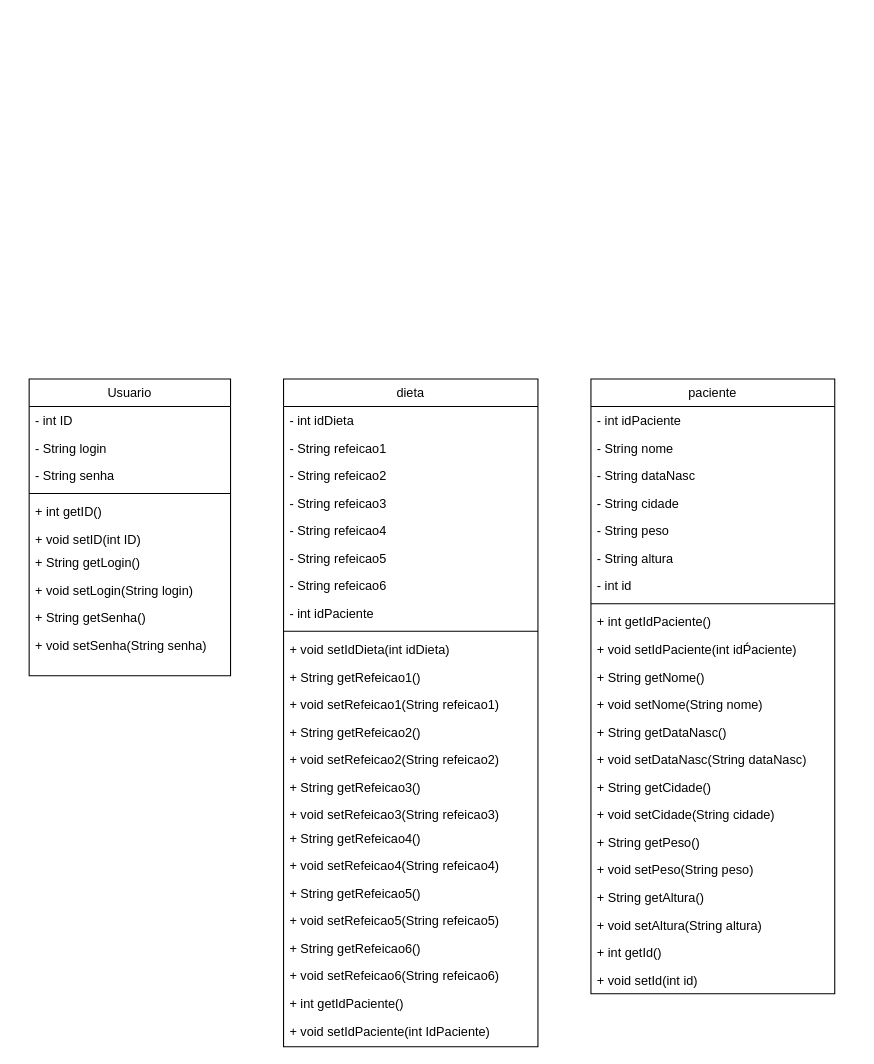
Before: diagrama/Diagrama_Classe.drawio in Surfhaii/ProjectEng01, a draw.io diagram. Source tidied: cells renumbered, new cells numbered last; positions are measured from the earlier drawing's top-left corner, leaving out a move shared by most shapes. Both pictures are drawn from the tidied source at 106%, with x=0, y=0 at pixel (29, 378).
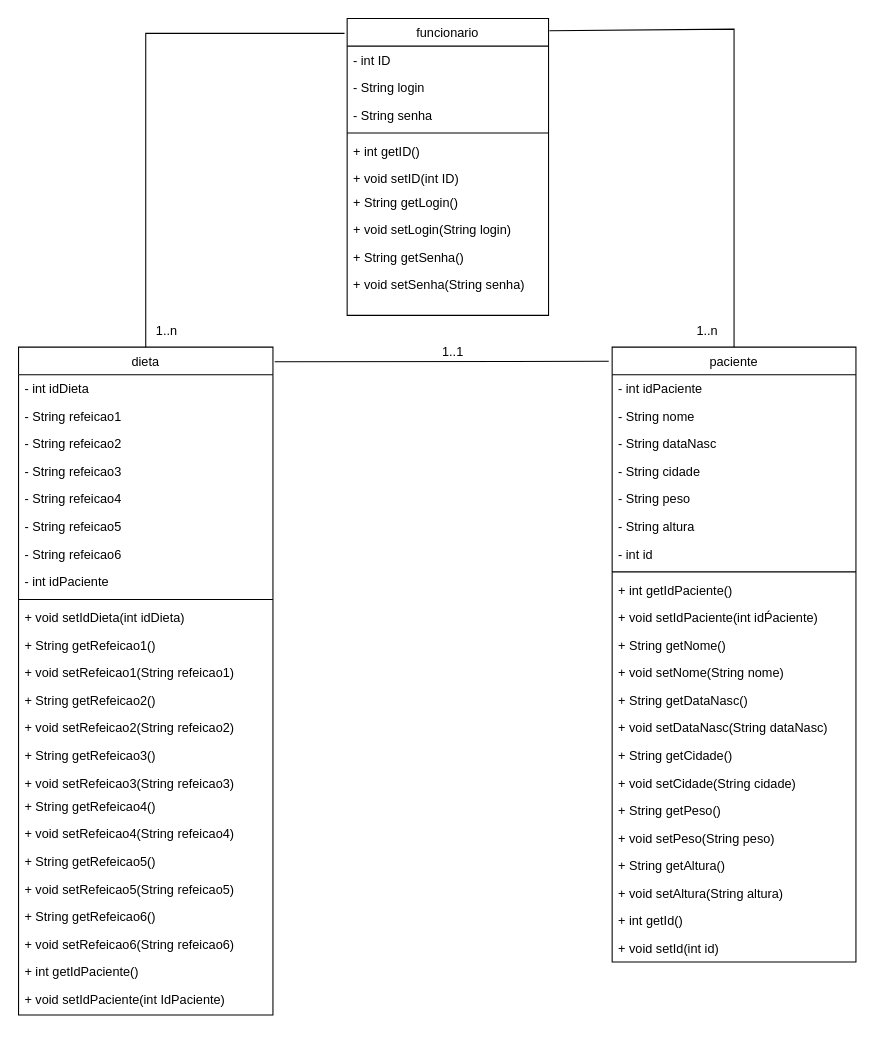
After the change.

The edit, as a diff of the source:
```diff
@@
-    <mxCell id="2" value="Usuario" style="swimlane;fontStyle=0;align=center;verticalAlign=top;horizontal=1;startSize=26;rounded=0;shadow=0;strokeWidth=1;" parent="1" vertex="1">
-      <mxGeometry width="190" height="280" as="geometry" />
+    <mxCell id="2" value="funcionario" style="swimlane;fontStyle=0;align=center;verticalAlign=top;horizontal=1;startSize=26;rounded=0;shadow=0;strokeWidth=1;" parent="1" vertex="1">
+      <mxGeometry x="300" y="-340" width="190" height="280" as="geometry" />
     </mxCell>
@@
     <mxCell id="13" value="dieta" style="swimlane;fontStyle=0;align=center;verticalAlign=top;horizontal=1;startSize=26;rounded=0;shadow=0;strokeWidth=1;" parent="1" vertex="1">
-      <mxGeometry x="240" width="240" height="630" as="geometry" />
+      <mxGeometry x="-10" y="-30" width="240" height="630" as="geometry" />
     </mxCell>
@@
     <mxCell id="38" value="paciente" style="swimlane;fontStyle=0;align=center;verticalAlign=top;horizontal=1;startSize=26;rounded=0;shadow=0;strokeWidth=1;" parent="1" vertex="1">
-      <mxGeometry x="530" width="230" height="580" as="geometry" />
+      <mxGeometry x="550" y="-30" width="230" height="580" as="geometry" />
     </mxCell>
@@
+    <mxCell id="61" style="endArrow=none;html=1;rounded=0;entryX=-0.013;entryY=0.05;entryDx=0;entryDy=0;entryPerimeter=0;exitX=0.5;exitY=0;exitDx=0;exitDy=0;" parent="1" edge="1" source="13" target="2">
+      <mxGeometry relative="1" as="geometry">
+        <Array as="points">
+          <mxPoint x="110" y="-326" />
+        </Array>
+      </mxGeometry>
+    </mxCell>
+    <mxCell id="62" style="endArrow=none;html=1;rounded=0;exitX=1.004;exitY=0.041;exitDx=0;exitDy=0;exitPerimeter=0;entryX=0.5;entryY=0;entryDx=0;entryDy=0;" parent="1" edge="1" source="2" target="38">
+      <mxGeometry relative="1" as="geometry">
+        <Array as="points">
+          <mxPoint x="665" y="-330" />
+        </Array>
+      </mxGeometry>
+    </mxCell>
+    <mxCell id="63" value="&lt;div&gt;1..n&lt;/div&gt;" style="text;html=1;strokeColor=none;fillColor=none;align=center;verticalAlign=middle;whiteSpace=wrap;rounded=0;" parent="1" vertex="1">
+      <mxGeometry x="100" y="-60" width="60" height="30" as="geometry" />
+    </mxCell>
+    <mxCell id="64" value="&lt;div&gt;1..n&lt;/div&gt;" style="text;html=1;strokeColor=none;fillColor=none;align=center;verticalAlign=middle;whiteSpace=wrap;rounded=0;" parent="1" vertex="1">
+      <mxGeometry x="610" y="-60" width="60" height="30" as="geometry" />
+    </mxCell>
+    <mxCell id="65" style="endArrow=none;html=1;rounded=0;exitX=1.007;exitY=0.022;exitDx=0;exitDy=0;exitPerimeter=0;entryX=-0.014;entryY=0.023;entryDx=0;entryDy=0;entryPerimeter=0;" parent="1" edge="1" source="13" target="38">
+      <mxGeometry relative="1" as="geometry" />
+    </mxCell>
+    <mxCell id="66" value="1..1" style="text;html=1;strokeColor=none;fillColor=none;align=center;verticalAlign=middle;whiteSpace=wrap;rounded=0;" parent="1" vertex="1">
+      <mxGeometry x="370" y="-40" width="60" height="30" as="geometry" />
+    </mxCell>
```
